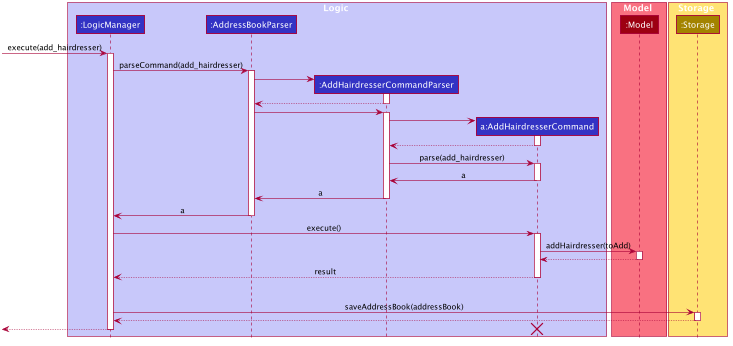
Before: docs/images/AddHairdresserSequenceDiagram.png, a diagram exported from PlantUML (ya0-yuan/tp).
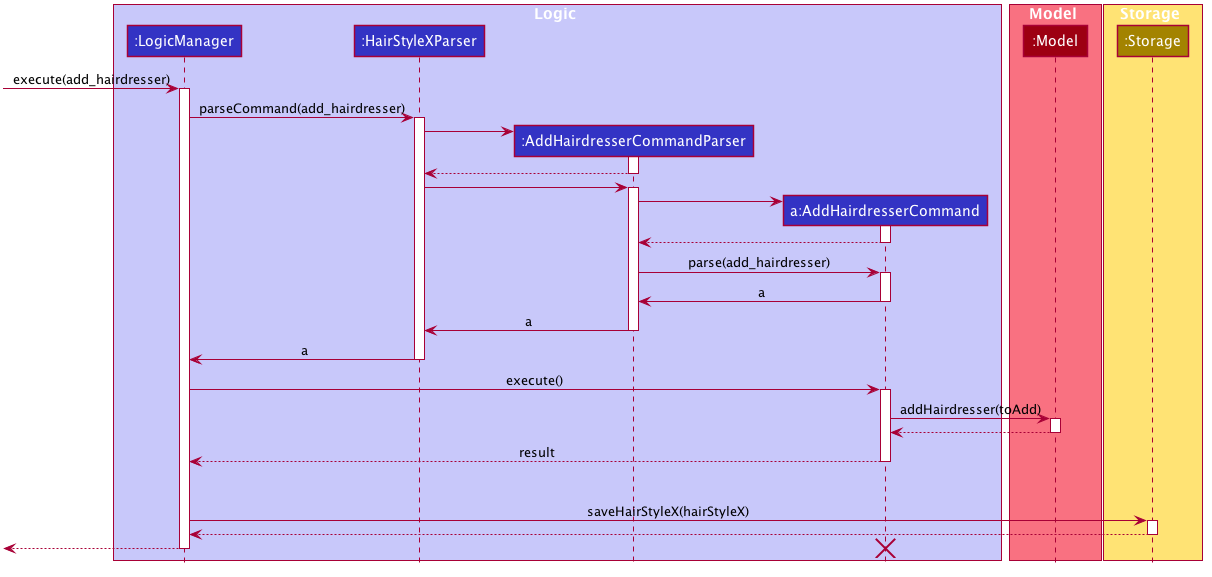
The same diagram one commit later.

The edit, as a diff of the source:
```diff
@@ -50,7 +50,7 @@
 
 box Logic #C8C8FA
 participant ":LogicManager" as LogicManager #3333C4
-participant ":AddressBookParser" as AddressBookParser #3333C4
+participant ":HairStyleXParser" as HairStyleXParser #3333C4
 participant ":AddHairdresserCommandParser" as AddHairdresserCommandParser #3333C4
 participant "a:AddHairdresserCommand" as AddHairdresserCommand #3333C4
 end box
@@ -66,17 +66,17 @@
 [-> LogicManager : execute(add_hairdresser)
 activate LogicManager
 
-LogicManager -> AddressBookParser : parseCommand(add_hairdresser)
-activate AddressBookParser
+LogicManager -> HairStyleXParser : parseCommand(add_hairdresser)
+activate HairStyleXParser
 
 create AddHairdresserCommandParser
-AddressBookParser -> AddHairdresserCommandParser
+HairStyleXParser -> AddHairdresserCommandParser
 activate AddHairdresserCommandParser
 
-AddHairdresserCommandParser --> AddressBookParser
+AddHairdresserCommandParser --> HairStyleXParser
 deactivate AddHairdresserCommandParser
 
-AddressBookParser -> AddHairdresserCommandParser
+HairStyleXParser -> AddHairdresserCommandParser
 activate AddHairdresserCommandParser
 create AddHairdresserCommand
 AddHairdresserCommandParser -> AddHairdresserCommand
@@ -91,11 +91,11 @@
 AddHairdresserCommand -> AddHairdresserCommandParser : a
 deactivate AddHairdresserCommand
 
-AddHairdresserCommandParser -> AddressBookParser : a
+AddHairdresserCommandParser -> HairStyleXParser : a
 deactivate AddHairdresserCommandParser
 
-AddressBookParser -> LogicManager : a
-deactivate AddressBookParser
+HairStyleXParser -> LogicManager : a
+deactivate HairStyleXParser
 
 LogicManager -> AddHairdresserCommand : execute()
 activate AddHairdresserCommand
@@ -110,7 +110,7 @@
 deactivate AddHairdresserCommand
 AddHairdresserCommand -[hidden]-> LogicManager : result
 
-LogicManager -> Storage : saveAddressBook(addressBook)
+LogicManager -> Storage : saveHairStyleX(hairStyleX)
 activate Storage
 
 Storage --> LogicManager
```
